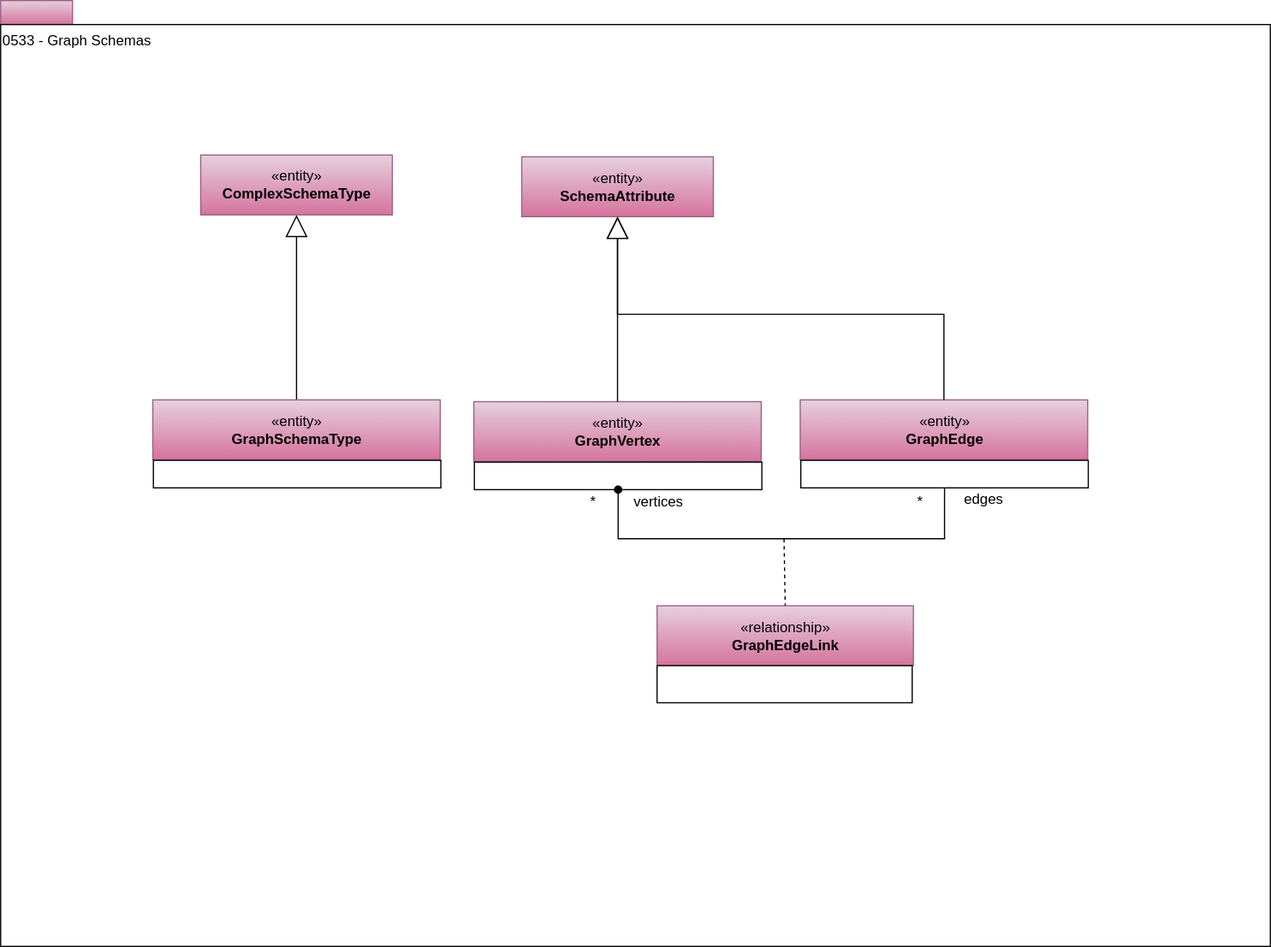
odpi/egeria-docs keeps this draw.io diagram as site/docs/types/5/0533-Graph-Schemas.svg. Above is the earlier version. Source tidied: cells renumbered, new cells last; positions are measured from the earlier drawing's top-left corner, leaving out a move shared by most shapes.
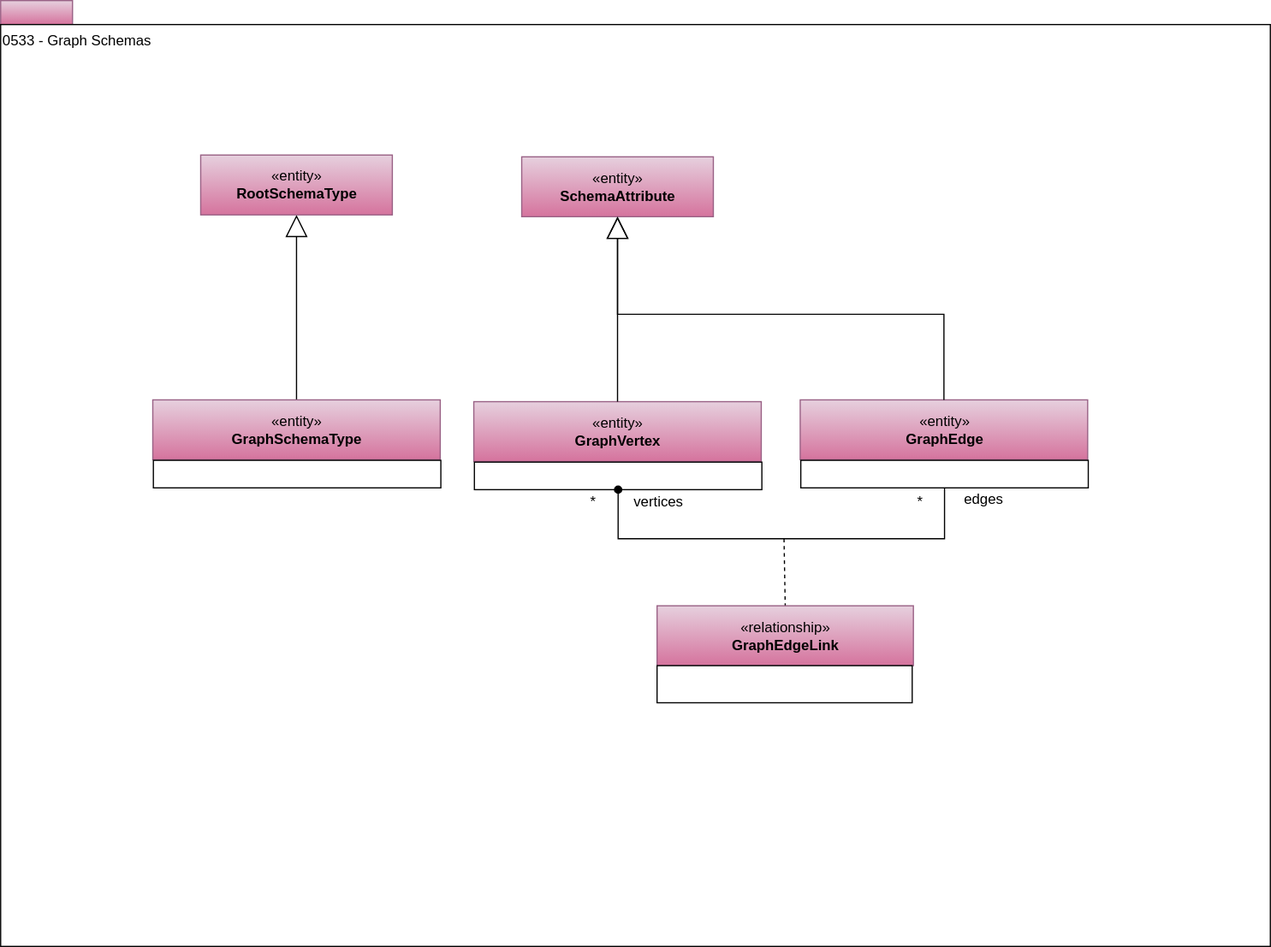
Above is the later version.

Diff of the diagram source:
```diff
@@ -31,7 +31,7 @@
     <mxCell id="10" style="edgeStyle=orthogonalEdgeStyle;rounded=0;jettySize=auto;html=1;exitX=0.5;exitY=0;exitDx=0;exitDy=0;entryX=0.5;entryY=1;entryDx=0;entryDy=0;startSize=6;endArrow=block;endFill=0;endSize=16;" parent="1" edge="1" source="13" target="11">
       <mxGeometry relative="1" as="geometry" />
     </mxCell>
-    <mxCell id="11" value="«entity»&lt;br&gt;&lt;b&gt;ComplexSchemaType&lt;/b&gt;" style="html=1;strokeColor=#996185;align=center;fillColor=#e6d0de;gradientColor=#d5739d;" parent="1" vertex="1">
+    <mxCell id="11" value="«entity»&lt;br&gt;&lt;b&gt;RootSchemaType&lt;/b&gt;" style="html=1;strokeColor=#996185;align=center;fillColor=#e6d0de;gradientColor=#d5739d;" parent="1" vertex="1">
       <mxGeometry x="167" y="129" width="160" height="50" as="geometry" />
     </mxCell>
     <mxCell id="12" style="group;" parent="1" vertex="1">
```
